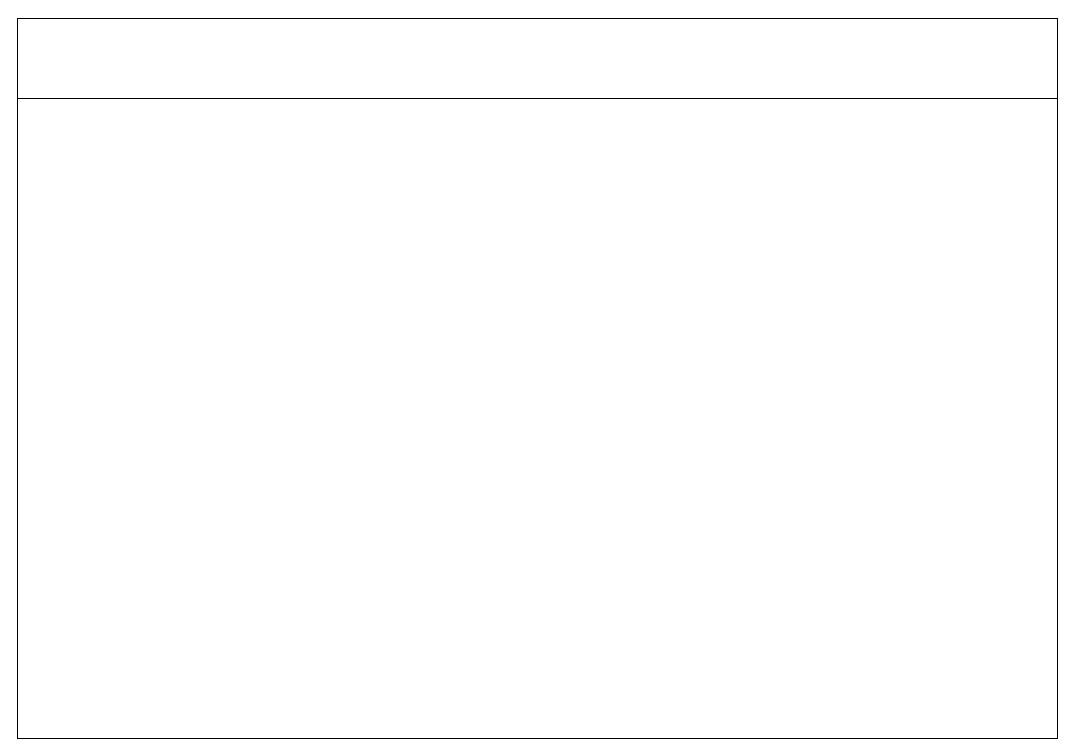
Above: page "新报表开发需求申请流程" (1 of 3) of pet_data_warehouse/内控流程.drawio in fangzheng0518/draw (draw.io), before the change. Source tidied: cells renumbered, new cells numbered last; positions are measured from the earlier drawing's top-left corner, leaving out a move shared by most shapes. Both pictures are drawn from the tidied source at 100%, with x=0, y=0 at pixel (17, 18).
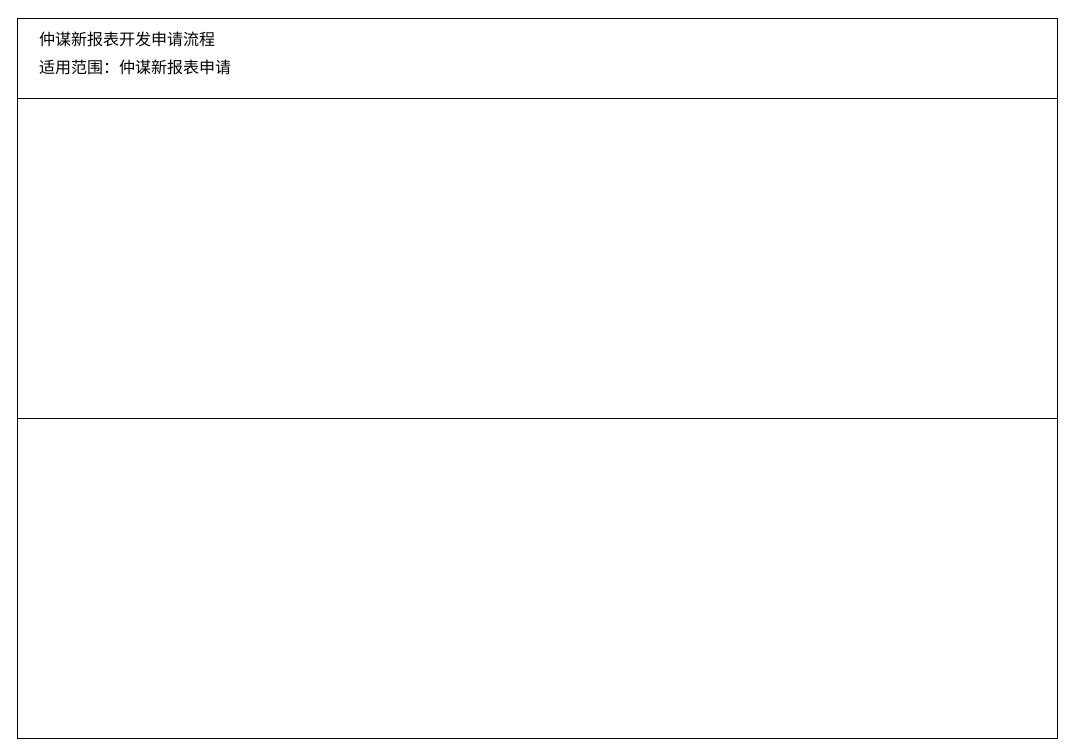
The same diagram, later.

Commit message (it also covers changes not shown here):
更新内控流程.drawio

What changed in the source:
```diff
@@
 <mxGraphModel>
   <root>
     <mxCell id="0" />
     <mxCell id="1" parent="0" />
     <mxCell id="2" style="rounded=0;whiteSpace=wrap;html=1;" parent="1" vertex="1">
       <mxGeometry width="1040" height="80" as="geometry" />
     </mxCell>
     <mxCell id="3" style="rounded=0;whiteSpace=wrap;html=1;" parent="1" vertex="1">
-      <mxGeometry y="80" width="1040" height="640" as="geometry" />
+      <mxGeometry y="80" width="1040" height="320" as="geometry" />
     </mxCell>
+    <mxCell id="4" style="rounded=0;whiteSpace=wrap;html=1;" parent="1" vertex="1">
+      <mxGeometry y="400" width="1040" height="320" as="geometry" />
+    </mxCell>
+    <mxCell id="5" value="&lt;p class=&quot;MsoNormal&quot; style=&quot;margin-bottom: 8pt ; line-height: 15.6933px ; font-family: &amp;#34;calibri&amp;#34; ; font-size: 11pt&quot;&gt;&lt;span style=&quot;font-size: 12pt&quot;&gt;仲谋新报表开发申请&lt;/span&gt;&lt;span style=&quot;font-size: 12pt&quot;&gt;&lt;font face=&quot;宋体&quot;&gt;流程&lt;/font&gt;&lt;/span&gt;&lt;/p&gt;" style="text;html=1;strokeColor=none;fillColor=none;align=left;verticalAlign=middle;whiteSpace=wrap;rounded=0;" parent="1" vertex="1">
+      <mxGeometry x="20" y="10" width="190" height="20" as="geometry" />
+    </mxCell>
+    <mxCell id="6" value="&lt;p class=&quot;MsoNormal&quot; style=&quot;margin-bottom: 8pt ; line-height: 15.6933px ; font-family: &amp;#34;calibri&amp;#34;&quot;&gt;&lt;span style=&quot;font-size: 16px&quot;&gt;适用范围：仲谋新报表申请&lt;/span&gt;&lt;/p&gt;" style="text;html=1;strokeColor=none;fillColor=none;align=left;verticalAlign=middle;whiteSpace=wrap;rounded=0;" parent="1" vertex="1">
+      <mxGeometry x="20" y="40" width="220" height="20" as="geometry" />
+    </mxCell>
   </root>
 </mxGraphModel>
```
